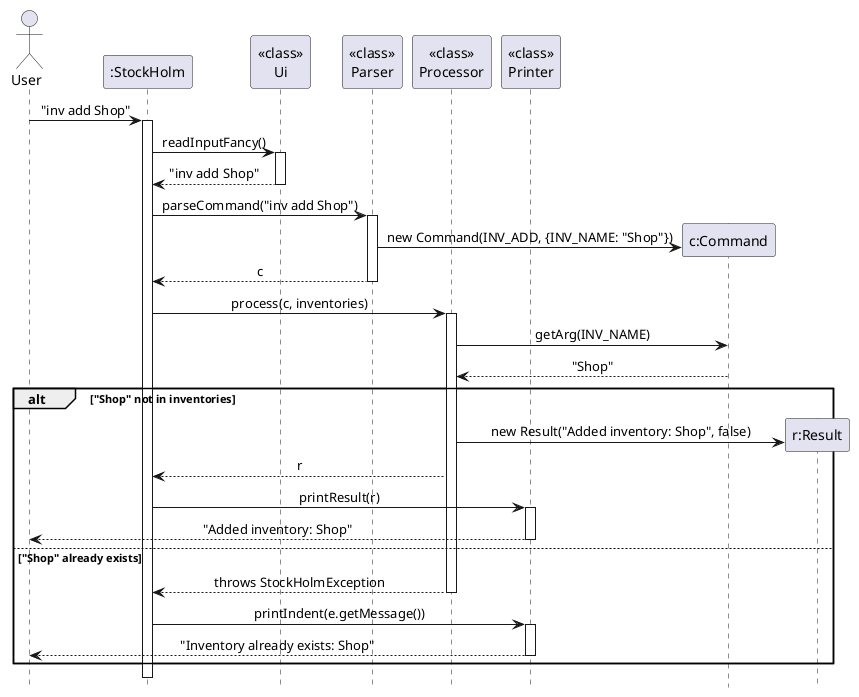
The PlantUML diagram docs/images/InvAddSequence.png in AY2627S1-CS2113-W14-4/tp, before a commit.
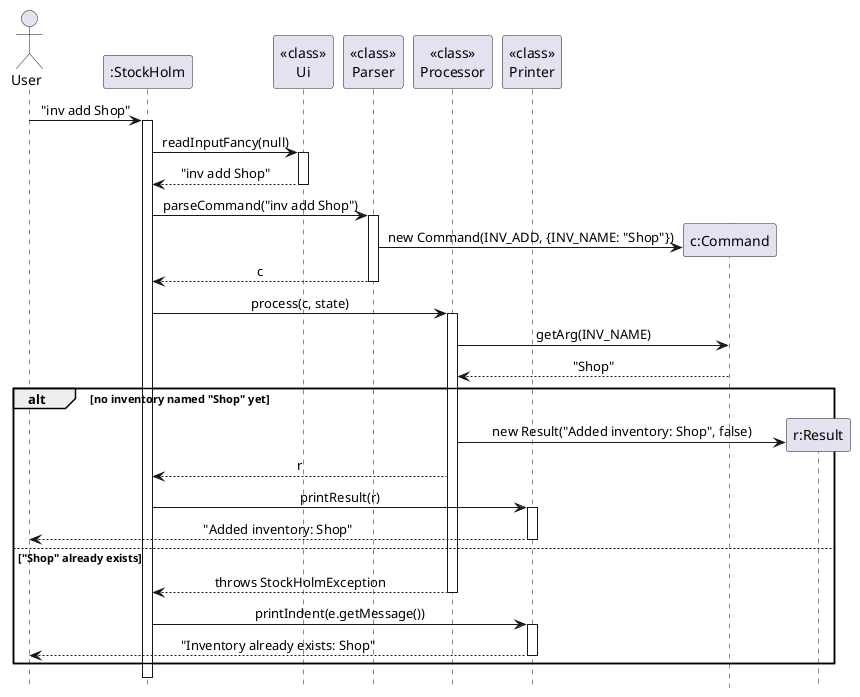
After the change.

What changed in the source:
```diff
@@ -11,7 +11,7 @@
 
 User -> Main : "inv add Shop"
 activate Main
-Main -> Ui : readInputFancy()
+Main -> Ui : readInputFancy(null)
 activate Ui
 Ui --> Main : "inv add Shop"
 deactivate Ui
@@ -23,11 +23,11 @@
 Parser --> Main : c
 deactivate Parser
 
-Main -> Processor : process(c, inventories)
+Main -> Processor : process(c, state)
 activate Processor
 Processor -> Cmd : getArg(INV_NAME)
 Cmd --> Processor : "Shop"
-alt "Shop" not in inventories
+alt no inventory named "Shop" yet
     create participant "r:Result" as Res
     Processor -> Res : new Result("Added inventory: Shop", false)
     Processor --> Main : r
```
